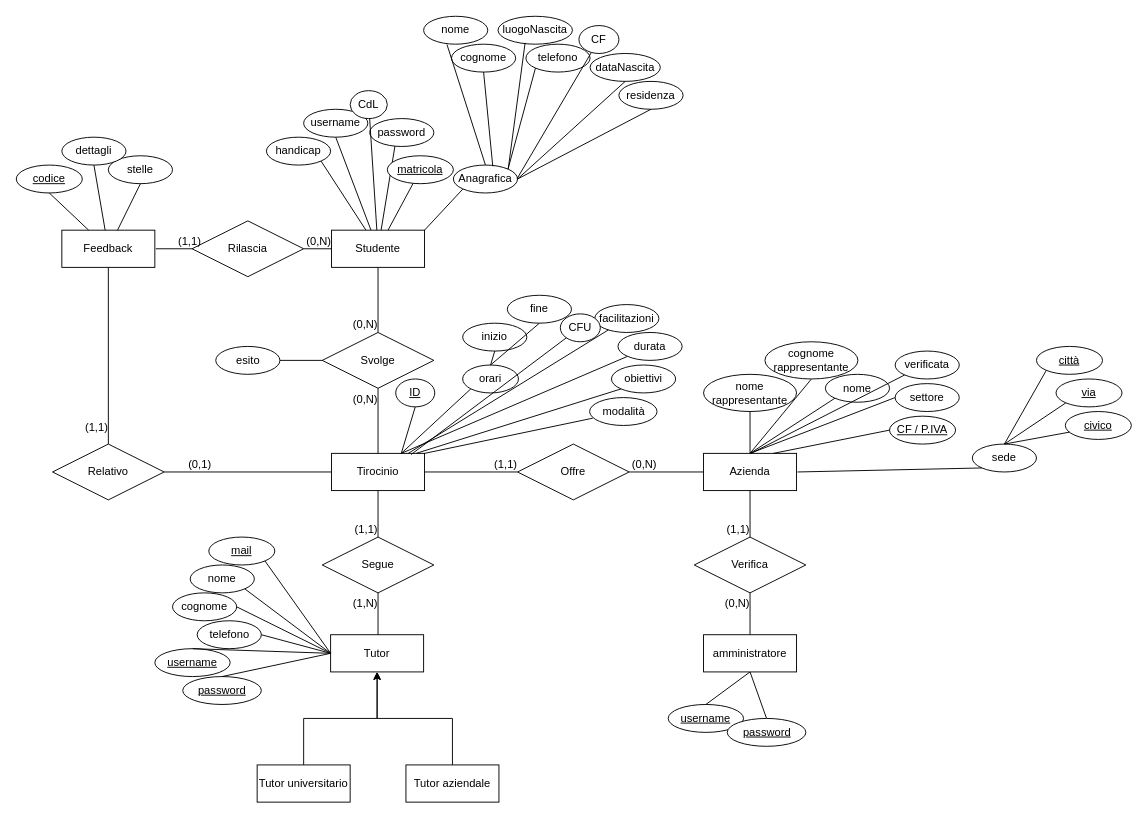
Carmine-Pittella/Lab_dati_MySQL keeps this draw.io diagram as page "Page-1" (1 of 2) of primo er tirocini.drawio. Above is the earlier version. Source tidied: cells renumbered, new cells numbered last; positions are measured from the earlier drawing's top-left corner, leaving out a move shared by most shapes. Both pictures are drawn from the tidied source at 93%, with x=0, y=0 at pixel (16, 16).
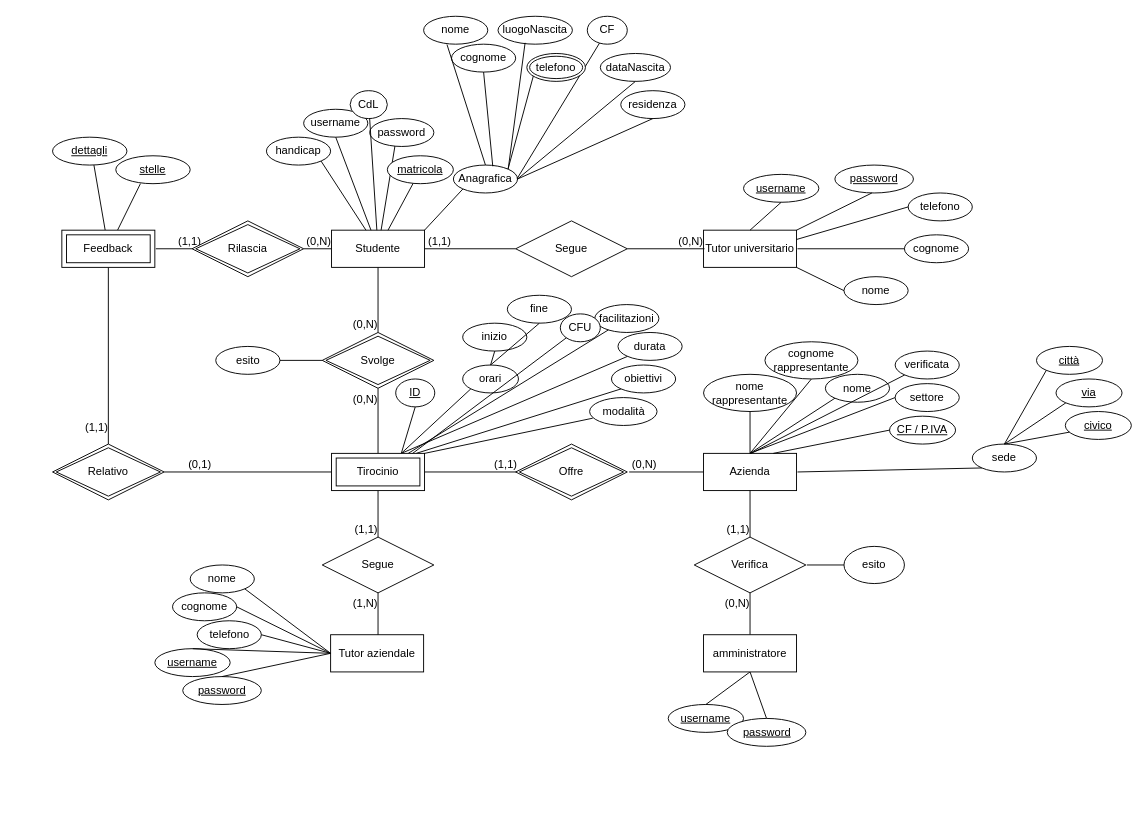
The same page after the edit.

The change refers to these unchanged cells:
```xml
<mxCell id="2" value="Studente" style="whiteSpace=wrap;html=1;align=center;" parent="1" vertex="1">
  <mxGeometry x="339" y="230" width="100" height="40" as="geometry" />
</mxCell>
<mxCell id="41" value="Anagrafica" style="ellipse;whiteSpace=wrap;html=1;align=center;" parent="1" vertex="1">
  <mxGeometry x="470" y="160" width="69" height="30" as="geometry" />
</mxCell>
<mxCell id="99" value="nome" style="ellipse;whiteSpace=wrap;html=1;align=center;" parent="1" vertex="1">
  <mxGeometry x="187" y="590" width="69" height="30" as="geometry" />
</mxCell>
<mxCell id="100" value="cognome" style="ellipse;whiteSpace=wrap;html=1;align=center;" parent="1" vertex="1">
  <mxGeometry x="168" y="620" width="69" height="30" as="geometry" />
</mxCell>
<mxCell id="101" value="telefono" style="ellipse;whiteSpace=wrap;html=1;align=center;" parent="1" vertex="1">
  <mxGeometry x="194.5" y="650" width="69" height="30" as="geometry" />
</mxCell>
<mxCell id="106" value="orari" style="ellipse;whiteSpace=wrap;html=1;align=center;" parent="1" vertex="1">
  <mxGeometry x="480" y="375" width="60" height="30" as="geometry" />
</mxCell>
<mxCell id="112" value="durata" style="ellipse;whiteSpace=wrap;html=1;align=center;" parent="1" vertex="1">
  <mxGeometry x="647" y="340" width="69" height="30" as="geometry" />
</mxCell>
<mxCell id="113" value="modalità" style="ellipse;whiteSpace=wrap;html=1;align=center;" parent="1" vertex="1">
  <mxGeometry x="616.5" y="410" width="72.5" height="30" as="geometry" />
</mxCell>
<mxCell id="115" value="facilitazioni" style="ellipse;whiteSpace=wrap;html=1;align=center;" parent="1" vertex="1">
  <mxGeometry x="622" y="310" width="69" height="30" as="geometry" />
</mxCell>
<mxCell id="116" value="CFU" style="ellipse;whiteSpace=wrap;html=1;align=center;" parent="1" vertex="1">
  <mxGeometry x="585" y="320" width="43" height="30" as="geometry" />
</mxCell>
<mxCell id="117" value="esito" style="ellipse;whiteSpace=wrap;html=1;align=center;" parent="1" vertex="1">
  <mxGeometry x="214.5" y="355" width="69" height="30" as="geometry" />
</mxCell>
<mxCell id="124" value="ID" style="ellipse;whiteSpace=wrap;html=1;align=center;fontStyle=4;" parent="1" vertex="1">
  <mxGeometry x="408" y="390" width="42" height="30" as="geometry" />
</mxCell>
<mxCell id="126" value="username" style="ellipse;whiteSpace=wrap;html=1;align=center;fontStyle=4;" parent="1" vertex="1">
  <mxGeometry x="149" y="680" width="81" height="30" as="geometry" />
</mxCell>
<mxCell id="127" value="password" style="ellipse;whiteSpace=wrap;html=1;align=center;fontStyle=4;" parent="1" vertex="1">
  <mxGeometry x="179" y="710" width="84.5" height="30" as="geometry" />
</mxCell>
```

Change to the diagram source:
```diff
@@
-    <mxCell id="3" value="Tirocinio" style="whiteSpace=wrap;html=1;align=center;" parent="1" vertex="1">
-      <mxGeometry x="339" y="470" width="100" height="40" as="geometry" />
-    </mxCell>
-    <mxCell id="4" style="edgeStyle=orthogonalEdgeStyle;rounded=0;jettySize=auto;html=1;entryX=0.5;entryY=1;entryDx=0;entryDy=0;" parent="1" edge="1" source="5" target="35">
-      <mxGeometry relative="1" as="geometry" />
-    </mxCell>
     <mxCell id="5" value="Tutor aziendale" style="whiteSpace=wrap;html=1;align=center;" parent="1" vertex="1">
-      <mxGeometry x="419" y="805" width="100" height="40" as="geometry" />
+      <mxGeometry x="338" y="665" width="100" height="40" as="geometry" />
     </mxCell>
@@
-    <mxCell id="7" value="Feedback" style="whiteSpace=wrap;html=1;align=center;" parent="1" vertex="1">
-      <mxGeometry x="49" y="230" width="100" height="40" as="geometry" />
-    </mxCell>
-    <mxCell id="8" style="edgeStyle=orthogonalEdgeStyle;rounded=0;jettySize=auto;html=1;" parent="1" edge="1" source="9" target="35">
-      <mxGeometry relative="1" as="geometry" />
-    </mxCell>
     <mxCell id="9" value="Tutor universitario" style="whiteSpace=wrap;html=1;align=center;" parent="1" vertex="1">
-      <mxGeometry x="259" y="805" width="100" height="40" as="geometry" />
+      <mxGeometry x="739" y="230" width="100" height="40" as="geometry" />
     </mxCell>
-    <mxCell id="10" value="Svolge&lt;br&gt;" style="shape=rhombus;perimeter=rhombusPerimeter;whiteSpace=wrap;html=1;align=center;" parent="1" vertex="1">
-      <mxGeometry x="329" y="340" width="120" height="60" as="geometry" />
-    </mxCell>
-    <mxCell id="11" style="endArrow=none;html=1;rounded=0;" parent="1" edge="1" source="2" target="10">
-      <mxGeometry relative="1" as="geometry" />
+    <mxCell id="11" style="endArrow=none;html=1;rounded=0;" parent="1" edge="1" source="2">
+      <mxGeometry relative="1" as="geometry">
+        <mxPoint x="389" y="340" as="targetPoint" />
+      </mxGeometry>
     </mxCell>
@@
-    <mxCell id="13" style="endArrow=none;html=1;rounded=0;entryX=0.5;entryY=1;entryDx=0;entryDy=0;" parent="1" edge="1" target="10">
+    <mxCell id="13" style="endArrow=none;html=1;rounded=0;entryX=0.5;entryY=1;entryDx=0;entryDy=0;" parent="1" edge="1">
       <mxGeometry relative="1" as="geometry">
         <mxPoint x="389" y="470" as="sourcePoint" />
+        <mxPoint x="389" y="400" as="targetPoint" />
       </mxGeometry>
     </mxCell>
@@
-    <mxCell id="15" value="Offre" style="shape=rhombus;perimeter=rhombusPerimeter;whiteSpace=wrap;html=1;align=center;" parent="1" vertex="1">
-      <mxGeometry x="539" y="460" width="120" height="60" as="geometry" />
-    </mxCell>
-    <mxCell id="16" style="endArrow=none;html=1;rounded=0;" parent="1" edge="1" target="15">
+    <mxCell id="16" style="endArrow=none;html=1;rounded=0;" parent="1" edge="1">
       <mxGeometry relative="1" as="geometry">
         <mxPoint x="739" y="490" as="sourcePoint" />
+        <mxPoint x="659" y="490" as="targetPoint" />
       </mxGeometry>
     </mxCell>
@@
-    <mxCell id="25" value="Rilascia" style="shape=rhombus;perimeter=rhombusPerimeter;whiteSpace=wrap;html=1;align=center;" parent="1" vertex="1">
-      <mxGeometry x="189" y="220" width="120" height="60" as="geometry" />
-    </mxCell>
-    <mxCell id="26" style="endArrow=none;html=1;rounded=0;entryX=0;entryY=0.5;entryDx=0;entryDy=0;" parent="1" edge="1" target="25">
+    <mxCell id="26" style="endArrow=none;html=1;rounded=0;entryX=0;entryY=0.5;entryDx=0;entryDy=0;" parent="1" edge="1">
       <mxGeometry relative="1" as="geometry">
         <mxPoint x="150" y="250" as="sourcePoint" />
+        <mxPoint x="189" y="250" as="targetPoint" />
       </mxGeometry>
     </mxCell>
@@
-    <mxCell id="28" style="endArrow=none;html=1;rounded=0;" parent="1" edge="1" source="25">
+    <mxCell id="28" style="endArrow=none;html=1;rounded=0;" parent="1" edge="1">
       <mxGeometry relative="1" as="geometry">
+        <mxPoint x="309" y="250" as="sourcePoint" />
         <mxPoint x="339" y="250" as="targetPoint" />
         <Array as="points">
           <mxPoint x="339" y="250" />
         </Array>
       </mxGeometry>
     </mxCell>
@@
-    <mxCell id="30" value="Relativo" style="shape=rhombus;perimeter=rhombusPerimeter;whiteSpace=wrap;html=1;align=center;" parent="1" vertex="1">
-      <mxGeometry x="39" y="460" width="120" height="60" as="geometry" />
-    </mxCell>
-    <mxCell id="31" style="endArrow=none;html=1;entryX=0.5;entryY=1;entryDx=0;entryDy=0;exitX=0.5;exitY=0;exitDx=0;exitDy=0;" parent="1" edge="1" source="30" target="7">
-      <mxGeometry relative="1" as="geometry" />
+    <mxCell id="31" style="endArrow=none;html=1;entryX=0.5;entryY=1;entryDx=0;entryDy=0;exitX=0.5;exitY=0;exitDx=0;exitDy=0;" parent="1" edge="1">
+      <mxGeometry relative="1" as="geometry">
+        <mxPoint x="99" y="460" as="sourcePoint" />
+        <mxPoint x="99" y="270" as="targetPoint" />
+      </mxGeometry>
     </mxCell>
@@
-    <mxCell id="33" style="endArrow=none;html=1;entryX=0;entryY=0.5;entryDx=0;entryDy=0;exitX=1;exitY=0.5;exitDx=0;exitDy=0;" parent="1" edge="1" source="30" target="3">
-      <mxGeometry relative="1" as="geometry" />
+    <mxCell id="33" style="endArrow=none;html=1;entryX=0;entryY=0.5;entryDx=0;entryDy=0;exitX=1;exitY=0.5;exitDx=0;exitDy=0;" parent="1" edge="1">
+      <mxGeometry relative="1" as="geometry">
+        <mxPoint x="159" y="490" as="sourcePoint" />
+        <mxPoint x="339" y="490" as="targetPoint" />
+      </mxGeometry>
     </mxCell>
@@
-    <mxCell id="35" value="Tutor" style="whiteSpace=wrap;html=1;align=center;" parent="1" vertex="1">
-      <mxGeometry x="338" y="665" width="100" height="40" as="geometry" />
-    </mxCell>
@@
     <mxCell id="47" value="dataNascita" style="ellipse;whiteSpace=wrap;html=1;align=center;" parent="1" vertex="1">
-      <mxGeometry x="617" y="40" width="75.5" height="30" as="geometry" />
+      <mxGeometry x="628" y="40" width="75.5" height="30" as="geometry" />
     </mxCell>
@@
     <mxCell id="49" value="residenza" style="ellipse;whiteSpace=wrap;html=1;align=center;" parent="1" vertex="1">
-      <mxGeometry x="648" y="70" width="69" height="30" as="geometry" />
+      <mxGeometry x="650" y="80" width="69" height="30" as="geometry" />
     </mxCell>
-    <mxCell id="50" value="telefono" style="ellipse;whiteSpace=wrap;html=1;align=center;" parent="1" vertex="1">
-      <mxGeometry x="548" y="30" width="69" height="30" as="geometry" />
-    </mxCell>
@@
-    <mxCell id="56" style="endArrow=none;html=1;entryX=0;entryY=1;entryDx=0;entryDy=0;exitX=1;exitY=0;exitDx=0;exitDy=0;" parent="1" edge="1" source="41" target="50">
-      <mxGeometry relative="1" as="geometry" />
+    <mxCell id="56" style="endArrow=none;html=1;entryX=0;entryY=1;entryDx=0;entryDy=0;exitX=1;exitY=0;exitDx=0;exitDy=0;" parent="1" edge="1" source="41">
+      <mxGeometry relative="1" as="geometry">
+        <mxPoint x="558.3" y="55.7" as="targetPoint" />
+      </mxGeometry>
     </mxCell>
@@
     <mxCell id="62" value="CF" style="ellipse;whiteSpace=wrap;html=1;align=center;" parent="1" vertex="1">
-      <mxGeometry x="605" y="10" width="43" height="30" as="geometry" />
+      <mxGeometry x="614" width="43" height="30" as="geometry" />
     </mxCell>
@@
-    <mxCell id="67" value="codice" style="ellipse;whiteSpace=wrap;html=1;align=center;fontStyle=4;" parent="1" vertex="1">
-      <mxGeometry y="160" width="71" height="30" as="geometry" />
-    </mxCell>
-    <mxCell id="68" value="stelle" style="ellipse;whiteSpace=wrap;html=1;align=center;" parent="1" vertex="1">
-      <mxGeometry x="99" y="150" width="69" height="30" as="geometry" />
-    </mxCell>
-    <mxCell id="69" value="dettagli" style="ellipse;whiteSpace=wrap;html=1;align=center;" parent="1" vertex="1">
-      <mxGeometry x="49" y="130" width="69" height="30" as="geometry" />
-    </mxCell>
-    <mxCell id="70" style="endArrow=none;html=1;entryX=0.5;entryY=1;entryDx=0;entryDy=0;" parent="1" edge="1" source="7" target="67">
-      <mxGeometry relative="1" as="geometry" />
-    </mxCell>
-    <mxCell id="71" style="endArrow=none;html=1;entryX=0.5;entryY=1;entryDx=0;entryDy=0;" parent="1" edge="1" source="7" target="69">
-      <mxGeometry relative="1" as="geometry" />
+    <mxCell id="71" style="endArrow=none;html=1;entryX=0.5;entryY=1;entryDx=0;entryDy=0;" parent="1" edge="1">
+      <mxGeometry relative="1" as="geometry">
+        <mxPoint x="95.6" y="230" as="sourcePoint" />
+        <mxPoint x="83.5" y="160" as="targetPoint" />
+      </mxGeometry>
     </mxCell>
-    <mxCell id="72" style="endArrow=none;html=1;entryX=0.5;entryY=1;entryDx=0;entryDy=0;" parent="1" edge="1" source="7" target="68">
-      <mxGeometry relative="1" as="geometry" />
+    <mxCell id="72" style="endArrow=none;html=1;entryX=0.5;entryY=1;entryDx=0;entryDy=0;" parent="1" edge="1">
+      <mxGeometry relative="1" as="geometry">
+        <mxPoint x="108.9" y="230" as="sourcePoint" />
+        <mxPoint x="133.5" y="180" as="targetPoint" />
+      </mxGeometry>
     </mxCell>
@@
-    <mxCell id="98" value="mail" style="ellipse;whiteSpace=wrap;html=1;align=center;fontStyle=4;" parent="1" vertex="1">
-      <mxGeometry x="207" y="560" width="71" height="30" as="geometry" />
-    </mxCell>
@@
-    <mxCell id="102" style="endArrow=none;html=1;exitX=1;exitY=1;exitDx=0;exitDy=0;entryX=0;entryY=0.5;entryDx=0;entryDy=0;" parent="1" edge="1" source="98" target="35">
-      <mxGeometry relative="1" as="geometry" />
-    </mxCell>
-    <mxCell id="103" style="endArrow=none;html=1;exitX=1;exitY=1;exitDx=0;exitDy=0;entryX=0;entryY=0.5;entryDx=0;entryDy=0;" parent="1" edge="1" source="99" target="35">
-      <mxGeometry relative="1" as="geometry" />
+    <mxCell id="103" style="endArrow=none;html=1;exitX=1;exitY=1;exitDx=0;exitDy=0;entryX=0;entryY=0.5;entryDx=0;entryDy=0;" parent="1" edge="1" source="99">
+      <mxGeometry relative="1" as="geometry">
+        <mxPoint x="338" y="685" as="targetPoint" />
+      </mxGeometry>
     </mxCell>
-    <mxCell id="104" style="endArrow=none;html=1;exitX=1;exitY=0.5;exitDx=0;exitDy=0;entryX=0;entryY=0.5;entryDx=0;entryDy=0;" parent="1" edge="1" source="100" target="35">
-      <mxGeometry relative="1" as="geometry" />
+    <mxCell id="104" style="endArrow=none;html=1;exitX=1;exitY=0.5;exitDx=0;exitDy=0;entryX=0;entryY=0.5;entryDx=0;entryDy=0;" parent="1" edge="1" source="100">
+      <mxGeometry relative="1" as="geometry">
+        <mxPoint x="338" y="685" as="targetPoint" />
+      </mxGeometry>
     </mxCell>
-    <mxCell id="105" style="endArrow=none;html=1;exitX=1;exitY=0.5;exitDx=0;exitDy=0;entryX=0;entryY=0.5;entryDx=0;entryDy=0;" parent="1" edge="1" source="101" target="35">
-      <mxGeometry relative="1" as="geometry" />
+    <mxCell id="105" style="endArrow=none;html=1;exitX=1;exitY=0.5;exitDx=0;exitDy=0;entryX=0;entryY=0.5;entryDx=0;entryDy=0;" parent="1" edge="1" source="101">
+      <mxGeometry relative="1" as="geometry">
+        <mxPoint x="338" y="685" as="targetPoint" />
+      </mxGeometry>
     </mxCell>
@@
-    <mxCell id="111" style="endArrow=none;html=1;exitX=0.75;exitY=0;exitDx=0;exitDy=0;entryX=0;entryY=1;entryDx=0;entryDy=0;" parent="1" edge="1" source="3" target="106">
-      <mxGeometry relative="1" as="geometry" />
+    <mxCell id="111" style="endArrow=none;html=1;exitX=0.75;exitY=0;exitDx=0;exitDy=0;entryX=0;entryY=1;entryDx=0;entryDy=0;" parent="1" edge="1" target="106">
+      <mxGeometry relative="1" as="geometry">
+        <mxPoint x="414" y="470" as="sourcePoint" />
+      </mxGeometry>
     </mxCell>
@@
-    <mxCell id="118" style="endArrow=none;html=1;exitX=0;exitY=0.5;exitDx=0;exitDy=0;entryX=1;entryY=0.5;entryDx=0;entryDy=0;" parent="1" edge="1" source="10" target="117">
-      <mxGeometry relative="1" as="geometry" />
+    <mxCell id="118" style="endArrow=none;html=1;exitX=0;exitY=0.5;exitDx=0;exitDy=0;entryX=1;entryY=0.5;entryDx=0;entryDy=0;" parent="1" edge="1" target="117">
+      <mxGeometry relative="1" as="geometry">
+        <mxPoint x="329" y="370" as="sourcePoint" />
+      </mxGeometry>
     </mxCell>
-    <mxCell id="119" style="endArrow=none;html=1;exitX=1;exitY=0;exitDx=0;exitDy=0;entryX=0.046;entryY=0.739;entryDx=0;entryDy=0;entryPerimeter=0;" parent="1" edge="1" source="3" target="113">
-      <mxGeometry relative="1" as="geometry" />
+    <mxCell id="119" style="endArrow=none;html=1;exitX=1;exitY=0;exitDx=0;exitDy=0;entryX=0.046;entryY=0.739;entryDx=0;entryDy=0;entryPerimeter=0;" parent="1" edge="1" target="113">
+      <mxGeometry relative="1" as="geometry">
+        <mxPoint x="439" y="470" as="sourcePoint" />
+      </mxGeometry>
     </mxCell>
@@
-    <mxCell id="121" style="endArrow=none;html=1;entryX=0;entryY=1;entryDx=0;entryDy=0;exitX=0.855;exitY=0.032;exitDx=0;exitDy=0;exitPerimeter=0;" parent="1" edge="1" source="3" target="116">
-      <mxGeometry relative="1" as="geometry" />
+    <mxCell id="121" style="endArrow=none;html=1;entryX=0;entryY=1;entryDx=0;entryDy=0;exitX=0.855;exitY=0.032;exitDx=0;exitDy=0;exitPerimeter=0;" parent="1" edge="1" target="116">
+      <mxGeometry relative="1" as="geometry">
+        <mxPoint x="424.5" y="471.3" as="sourcePoint" />
+      </mxGeometry>
     </mxCell>
-    <mxCell id="122" style="endArrow=none;html=1;" parent="1" edge="1" source="3" target="115">
-      <mxGeometry relative="1" as="geometry" />
+    <mxCell id="122" style="endArrow=none;html=1;" parent="1" edge="1" target="115">
+      <mxGeometry relative="1" as="geometry">
+        <mxPoint x="421.4" y="470" as="sourcePoint" />
+      </mxGeometry>
     </mxCell>
-    <mxCell id="123" style="endArrow=none;html=1;exitX=0.75;exitY=0;exitDx=0;exitDy=0;entryX=0;entryY=1;entryDx=0;entryDy=0;" parent="1" edge="1" source="3" target="112">
-      <mxGeometry relative="1" as="geometry" />
+    <mxCell id="123" style="endArrow=none;html=1;exitX=0.75;exitY=0;exitDx=0;exitDy=0;entryX=0;entryY=1;entryDx=0;entryDy=0;" parent="1" edge="1" target="112">
+      <mxGeometry relative="1" as="geometry">
+        <mxPoint x="414" y="470" as="sourcePoint" />
+      </mxGeometry>
     </mxCell>
@@
-    <mxCell id="125" style="endArrow=none;html=1;entryX=0.5;entryY=1;entryDx=0;entryDy=0;exitX=0.75;exitY=0;exitDx=0;exitDy=0;" parent="1" edge="1" source="3" target="124">
-      <mxGeometry relative="1" as="geometry" />
+    <mxCell id="125" style="endArrow=none;html=1;entryX=0.5;entryY=1;entryDx=0;entryDy=0;exitX=0.75;exitY=0;exitDx=0;exitDy=0;" parent="1" edge="1" target="124">
+      <mxGeometry relative="1" as="geometry">
+        <mxPoint x="414" y="470" as="sourcePoint" />
+      </mxGeometry>
     </mxCell>
@@
-    <mxCell id="128" style="endArrow=none;html=1;entryX=0;entryY=0.5;entryDx=0;entryDy=0;exitX=0.5;exitY=0;exitDx=0;exitDy=0;" parent="1" edge="1" source="126" target="35">
-      <mxGeometry relative="1" as="geometry" />
+    <mxCell id="128" style="endArrow=none;html=1;entryX=0;entryY=0.5;entryDx=0;entryDy=0;exitX=0.5;exitY=0;exitDx=0;exitDy=0;" parent="1" edge="1" source="126">
+      <mxGeometry relative="1" as="geometry">
+        <mxPoint x="338" y="685" as="targetPoint" />
+      </mxGeometry>
     </mxCell>
-    <mxCell id="129" style="endArrow=none;html=1;entryX=0;entryY=0.5;entryDx=0;entryDy=0;exitX=0.5;exitY=0;exitDx=0;exitDy=0;" parent="1" edge="1" source="127" target="35">
-      <mxGeometry relative="1" as="geometry" />
+    <mxCell id="129" style="endArrow=none;html=1;entryX=0;entryY=0.5;entryDx=0;entryDy=0;exitX=0.5;exitY=0;exitDx=0;exitDy=0;" parent="1" edge="1" source="127">
+      <mxGeometry relative="1" as="geometry">
+        <mxPoint x="338" y="685" as="targetPoint" />
+      </mxGeometry>
     </mxCell>
+    <mxCell id="7" value="Feedback" style="shape=ext;margin=3;double=1;whiteSpace=wrap;html=1;align=center;" parent="1" vertex="1">
+      <mxGeometry x="49" y="230" width="100" height="40" as="geometry" />
+    </mxCell>
+    <mxCell id="30" value="Relativo&lt;br&gt;" style="shape=rhombus;double=1;perimeter=rhombusPerimeter;whiteSpace=wrap;html=1;align=center;" parent="1" vertex="1">
+      <mxGeometry x="39" y="460" width="120" height="60" as="geometry" />
+    </mxCell>
+    <mxCell id="25" value="Rilascia" style="shape=rhombus;double=1;perimeter=rhombusPerimeter;whiteSpace=wrap;html=1;align=center;" parent="1" vertex="1">
+      <mxGeometry x="189" y="220" width="120" height="60" as="geometry" />
+    </mxCell>
+    <mxCell id="69" value="dettagli" style="ellipse;whiteSpace=wrap;html=1;align=center;fontStyle=4;" parent="1" vertex="1">
+      <mxGeometry x="39" y="130" width="80" height="30" as="geometry" />
+    </mxCell>
+    <mxCell id="68" value="stelle" style="ellipse;whiteSpace=wrap;html=1;align=center;fontStyle=4;" parent="1" vertex="1">
+      <mxGeometry x="107" y="150" width="80" height="30" as="geometry" />
+    </mxCell>
+    <mxCell id="130" value="esito" style="ellipse;whiteSpace=wrap;html=1;align=center;" parent="1" vertex="1">
+      <mxGeometry x="890" y="570" width="65" height="40" as="geometry" />
+    </mxCell>
+    <mxCell id="131" style="endArrow=none;html=1;entryX=0;entryY=0.5;entryDx=0;entryDy=0;" parent="1" edge="1" target="130">
+      <mxGeometry relative="1" as="geometry">
+        <mxPoint x="850" y="590" as="sourcePoint" />
+      </mxGeometry>
+    </mxCell>
+    <mxCell id="132" value="telefono&lt;br&gt;" style="ellipse;shape=doubleEllipse;margin=3;whiteSpace=wrap;html=1;align=center;" parent="1" vertex="1">
+      <mxGeometry x="549" y="40" width="63" height="30" as="geometry" />
+    </mxCell>
+    <mxCell id="3" value="Tirocinio" style="shape=ext;margin=3;double=1;whiteSpace=wrap;html=1;align=center;" parent="1" vertex="1">
+      <mxGeometry x="339" y="470" width="100" height="40" as="geometry" />
+    </mxCell>
+    <mxCell id="10" value="Svolge" style="shape=rhombus;double=1;perimeter=rhombusPerimeter;whiteSpace=wrap;html=1;align=center;" parent="1" vertex="1">
+      <mxGeometry x="329" y="340" width="120" height="60" as="geometry" />
+    </mxCell>
+    <mxCell id="15" value="Offre" style="shape=rhombus;double=1;perimeter=rhombusPerimeter;whiteSpace=wrap;html=1;align=center;" parent="1" vertex="1">
+      <mxGeometry x="537" y="460" width="120" height="60" as="geometry" />
+    </mxCell>
+    <mxCell id="133" value="Segue" style="shape=rhombus;perimeter=rhombusPerimeter;whiteSpace=wrap;html=1;align=center;" parent="1" vertex="1">
+      <mxGeometry x="537" y="220" width="120" height="60" as="geometry" />
+    </mxCell>
+    <mxCell id="134" value="nome" style="ellipse;whiteSpace=wrap;html=1;align=center;" parent="1" vertex="1">
+      <mxGeometry x="890" y="280" width="69" height="30" as="geometry" />
+    </mxCell>
+    <mxCell id="135" value="cognome" style="ellipse;whiteSpace=wrap;html=1;align=center;" parent="1" vertex="1">
+      <mxGeometry x="955" y="235" width="69" height="30" as="geometry" />
+    </mxCell>
+    <mxCell id="50" value="telefono" style="ellipse;whiteSpace=wrap;html=1;align=center;" parent="1" vertex="1">
+      <mxGeometry x="959" y="190" width="69" height="30" as="geometry" />
+    </mxCell>
+    <mxCell id="136" value="username" style="ellipse;whiteSpace=wrap;html=1;align=center;fontStyle=4;" parent="1" vertex="1">
+      <mxGeometry x="782" y="170" width="81" height="30" as="geometry" />
+    </mxCell>
+    <mxCell id="137" value="password" style="ellipse;whiteSpace=wrap;html=1;align=center;fontStyle=4;" parent="1" vertex="1">
+      <mxGeometry x="880.2" y="160" width="84.5" height="30" as="geometry" />
+    </mxCell>
+    <mxCell id="138" style="endArrow=none;html=1;exitX=1;exitY=0.5;exitDx=0;exitDy=0;" parent="1" edge="1">
+      <mxGeometry relative="1" as="geometry">
+        <mxPoint x="839" y="230" as="sourcePoint" />
+        <mxPoint x="920" y="190" as="targetPoint" />
+      </mxGeometry>
+    </mxCell>
+    <mxCell id="139" style="endArrow=none;html=1;exitX=1;exitY=0.5;exitDx=0;exitDy=0;entryX=0.5;entryY=1;entryDx=0;entryDy=0;" parent="1" edge="1" target="136">
+      <mxGeometry relative="1" as="geometry">
+        <mxPoint x="789" y="230" as="sourcePoint" />
+      </mxGeometry>
+    </mxCell>
+    <mxCell id="140" style="endArrow=none;html=1;exitX=1;exitY=0.25;exitDx=0;exitDy=0;entryX=0;entryY=0.5;entryDx=0;entryDy=0;" parent="1" edge="1" source="9" target="50">
+      <mxGeometry relative="1" as="geometry" />
+    </mxCell>
+    <mxCell id="141" style="endArrow=none;html=1;entryX=0;entryY=0.5;entryDx=0;entryDy=0;" parent="1" edge="1" target="135">
+      <mxGeometry relative="1" as="geometry">
+        <mxPoint x="840" y="250" as="sourcePoint" />
+      </mxGeometry>
+    </mxCell>
+    <mxCell id="142" style="endArrow=none;html=1;exitX=1;exitY=1;exitDx=0;exitDy=0;entryX=0;entryY=0.5;entryDx=0;entryDy=0;" parent="1" edge="1" source="9" target="134">
+      <mxGeometry relative="1" as="geometry" />
+    </mxCell>
+    <mxCell id="143" style="endArrow=none;html=1;exitX=1;exitY=0.5;exitDx=0;exitDy=0;" parent="1" edge="1" source="133">
+      <mxGeometry relative="1" as="geometry">
+        <mxPoint x="740" y="250" as="targetPoint" />
+      </mxGeometry>
+    </mxCell>
+    <mxCell id="144" style="endArrow=none;html=1;exitX=0;exitY=0.5;exitDx=0;exitDy=0;entryX=1;entryY=0.5;entryDx=0;entryDy=0;" parent="1" edge="1" source="133" target="2">
+      <mxGeometry relative="1" as="geometry" />
+    </mxCell>
+    <mxCell id="145" value="(0,N)" style="html=1;align=right;verticalAlign=bottom;" parent="1" vertex="1">
+      <mxGeometry x="739" y="250" as="geometry" />
+    </mxCell>
+    <mxCell id="146" value="(1,1)" style="html=1;align=right;verticalAlign=bottom;" parent="1" vertex="1">
+      <mxGeometry x="468" y="250" as="geometry" />
+    </mxCell>
```
